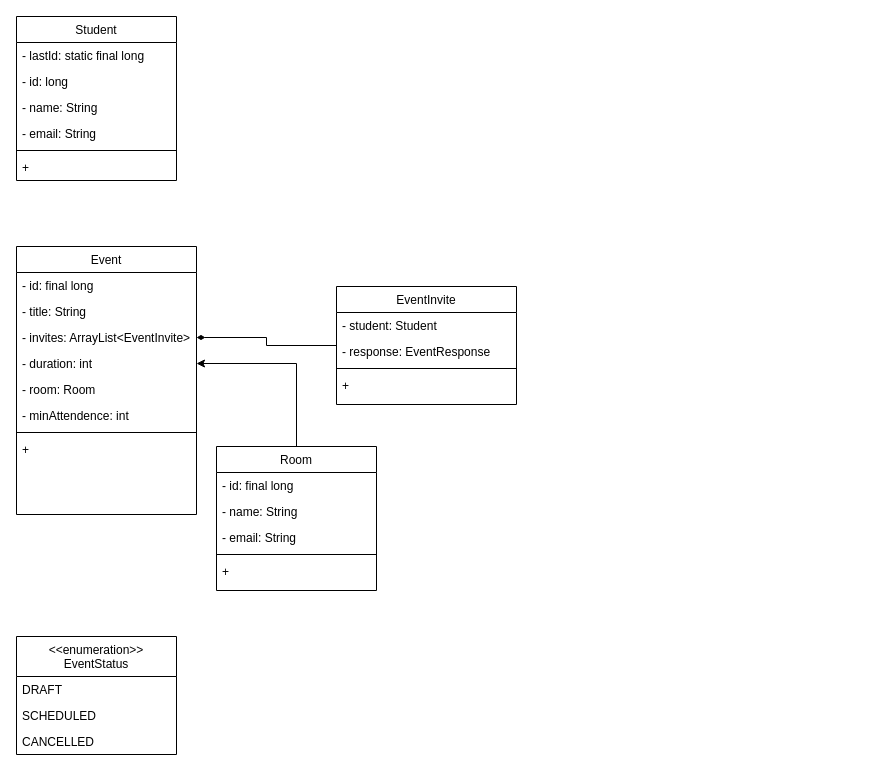
This is diagrams/Untitled Diagram.drawio from lostshelf/seng-300-uml, a draw.io file, before an edit. Source tidied: cells renumbered, new cells numbered last; positions are measured from the earlier drawing's top-left corner, leaving out a move shared by most shapes. Both pictures are drawn from the tidied source at 100%, with x=0, y=0 at pixel (16, 16).
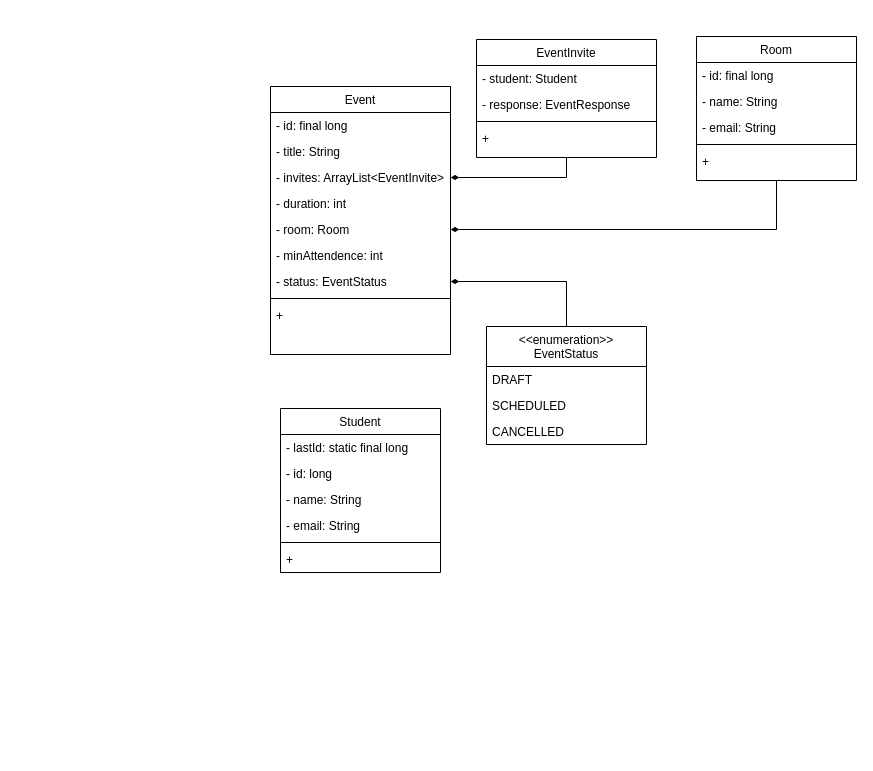
Above is the later version.

The change refers to these unchanged cells:
```xml
<mxCell id="19" value="- duration: int" style="text;align=left;verticalAlign=top;spacingLeft=4;spacingRight=4;overflow=hidden;points=[[0,0.5],[1,0.5]];portConstraint=eastwest;rounded=0;shadow=0;html=0;" parent="15" vertex="1">
  <mxGeometry y="104" width="180" height="26" as="geometry" />
</mxCell>
<mxCell id="20" value="- room: Room" style="text;align=left;verticalAlign=top;spacingLeft=4;spacingRight=4;overflow=hidden;points=[[0,0.5],[1,0.5]];portConstraint=eastwest;rounded=0;shadow=0;html=0;" parent="15" vertex="1">
  <mxGeometry y="130" width="180" height="26" as="geometry" />
</mxCell>
```

Change to the diagram source:
```diff
@@
     <mxCell id="2" value="Student" style="swimlane;fontStyle=0;align=center;verticalAlign=top;horizontal=1;startSize=26;rounded=0;shadow=0;strokeWidth=1;" parent="1" vertex="1">
-      <mxGeometry width="160" height="164" as="geometry" />
+      <mxGeometry x="264" y="392" width="160" height="164" as="geometry" />
     </mxCell>
@@
     <mxCell id="9" value="Room" style="swimlane;fontStyle=0;align=center;verticalAlign=top;horizontal=1;startSize=26;rounded=0;shadow=0;strokeWidth=1;" parent="1" vertex="1">
-      <mxGeometry x="200" y="430" width="160" height="144" as="geometry" />
+      <mxGeometry x="680" y="20" width="160" height="144" as="geometry" />
     </mxCell>
@@
     <mxCell id="15" value="Event" style="swimlane;fontStyle=0;align=center;verticalAlign=top;horizontal=1;startSize=26;rounded=0;shadow=0;strokeWidth=1;" parent="1" vertex="1">
-      <mxGeometry y="230" width="180" height="268" as="geometry" />
+      <mxGeometry x="254" y="70" width="180" height="268" as="geometry" />
     </mxCell>
@@
+    <mxCell id="35" value="- status: EventStatus" style="text;align=left;verticalAlign=top;spacingLeft=4;spacingRight=4;overflow=hidden;points=[[0,0.5],[1,0.5]];portConstraint=eastwest;" parent="15" vertex="1">
+      <mxGeometry y="182" width="180" height="26" as="geometry" />
+    </mxCell>
     <mxCell id="22" style="line;html=1;strokeWidth=1;align=left;verticalAlign=middle;spacingTop=-1;spacingLeft=3;spacingRight=3;labelPosition=right;" parent="15" vertex="1">
-      <mxGeometry y="182" width="180" height="8" as="geometry" />
+      <mxGeometry y="208" width="180" height="8" as="geometry" />
     </mxCell>
     <mxCell id="23" value="+ " style="text;align=left;verticalAlign=top;spacingLeft=4;spacingRight=4;overflow=hidden;" parent="15" vertex="1">
-      <mxGeometry y="190" width="180" height="26" as="geometry" />
+      <mxGeometry y="216" width="180" height="26" as="geometry" />
     </mxCell>
-    <mxCell id="24" style="edgeStyle=orthogonalEdgeStyle;rounded=0;jettySize=auto;html=1;" parent="1" edge="1" source="9" target="19">
+    <mxCell id="24" style="edgeStyle=orthogonalEdgeStyle;rounded=0;jettySize=auto;html=1;endArrow=diamondThin;endFill=1;" parent="1" edge="1" source="9" target="20">
       <mxGeometry relative="1" as="geometry" />
     </mxCell>
+    <mxCell id="36" style="edgeStyle=orthogonalEdgeStyle;rounded=0;jettySize=auto;html=1;endArrow=diamondThin;endFill=1;" parent="1" edge="1" source="25" target="35">
+      <mxGeometry relative="1" as="geometry" />
+    </mxCell>
     <mxCell id="25" value="&lt;&lt;enumeration&gt;&gt;&#10;EventStatus" style="swimlane;fontStyle=0;align=center;verticalAlign=top;horizontal=1;startSize=40;rounded=0;shadow=0;strokeWidth=1;" parent="1" vertex="1">
-      <mxGeometry y="620" width="160" height="118" as="geometry" />
+      <mxGeometry x="470" y="310" width="160" height="118" as="geometry" />
     </mxCell>
@@
     <mxCell id="30" value="EventInvite" style="swimlane;fontStyle=0;align=center;verticalAlign=top;horizontal=1;startSize=26;rounded=0;shadow=0;strokeWidth=1;" parent="1" vertex="1">
-      <mxGeometry x="320" y="270" width="180" height="118" as="geometry" />
+      <mxGeometry x="460" y="23" width="180" height="118" as="geometry" />
     </mxCell>
```
